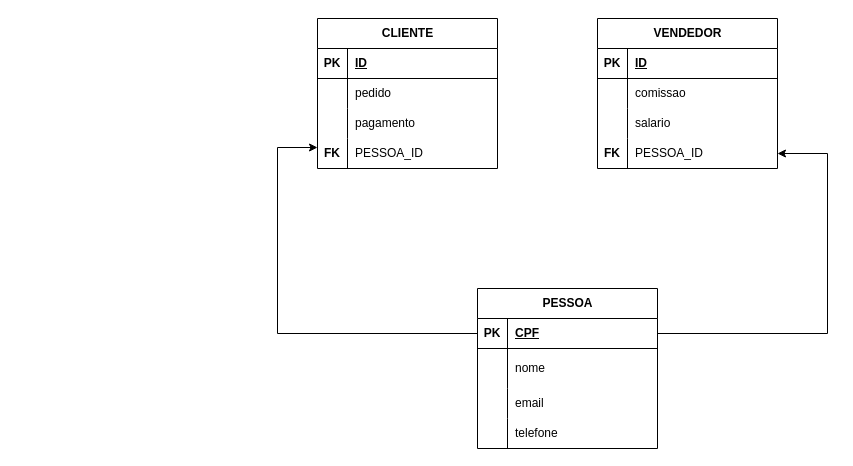
This is api-cadastro/docs/cadastro.drawio from nathaliaCandioto/AulasSpringBoot, a draw.io file, before an edit. Source tidied: cells renumbered, new cells numbered last; positions are measured from the earlier drawing's top-left corner, leaving out a move shared by most shapes. Both pictures are drawn from the tidied source at 100%, with x=0, y=0 at pixel (277, 18).
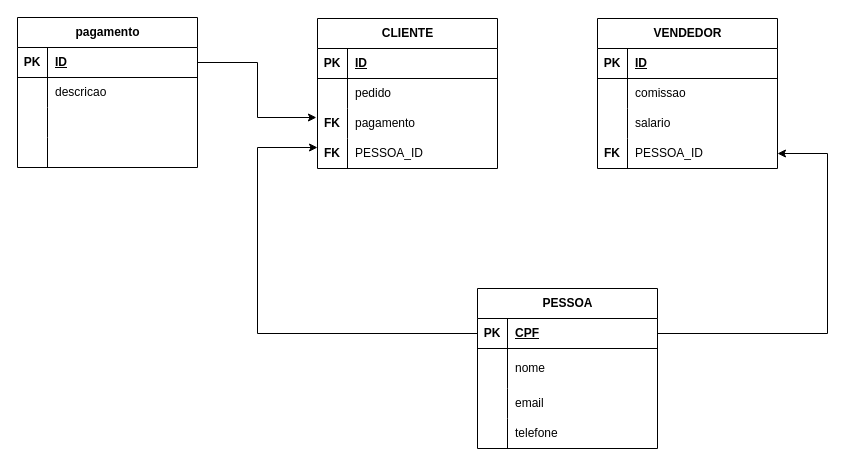
After the change.

Commit message:
criacao tabela pagamento no diagrama

Unchanged cells that the change refers to:
```xml
<mxCell id="9" style="shape=tableRow;horizontal=0;startSize=0;swimlaneHead=0;swimlaneBody=0;fillColor=none;points=[[0,0.5],[1,0.5]];portConstraint=eastwest;top=0;left=0;right=0;bottom=0;" parent="2" vertex="1">
  <mxGeometry y="90" width="180" height="30" as="geometry" />
</mxCell>
<mxCell id="12" style="shape=tableRow;horizontal=0;startSize=0;swimlaneHead=0;swimlaneBody=0;fillColor=none;points=[[0,0.5],[1,0.5]];portConstraint=eastwest;top=0;left=0;right=0;bottom=0;" parent="2" vertex="1">
  <mxGeometry y="120" width="180" height="30" as="geometry" />
</mxCell>
<mxCell id="31" style="shape=tableRow;horizontal=0;startSize=0;swimlaneHead=0;swimlaneBody=0;fillColor=none;points=[[0,0.5],[1,0.5]];portConstraint=eastwest;top=0;left=0;right=0;bottom=1;" parent="30" vertex="1">
  <mxGeometry y="30" width="180" height="30" as="geometry" />
</mxCell>
```

Change to the diagram source:
```diff
@@
-    <mxCell id="10" style="shape=partialRectangle;fillColor=none;top=0;left=0;bottom=0;right=0;overflow=hidden;whiteSpace=wrap;html=1;" parent="9" vertex="1">
+    <mxCell id="10" value="FK" style="shape=partialRectangle;fillColor=none;top=0;left=0;bottom=0;right=0;overflow=hidden;whiteSpace=wrap;html=1;fontStyle=1;" parent="9" vertex="1">
       <mxGeometry width="30" height="30" as="geometry" />
     </mxCell>
@@
     <mxCell id="43" style="edgeStyle=orthogonalEdgeStyle;rounded=0;jettySize=auto;html=1;" parent="1" edge="1" source="31" target="12">
       <mxGeometry relative="1" as="geometry">
         <Array as="points">
-          <mxPoint y="315" />
-          <mxPoint y="129" />
+          <mxPoint x="-20" y="315" />
+          <mxPoint x="-20" y="129" />
         </Array>
       </mxGeometry>
     </mxCell>
+    <mxCell id="44" style="edgeStyle=orthogonalEdgeStyle;rounded=0;jettySize=auto;html=1;entryX=-0.006;entryY=0.3;entryDx=0;entryDy=0;entryPerimeter=0;" parent="1" edge="1" source="46" target="9">
+      <mxGeometry relative="1" as="geometry" />
+    </mxCell>
+    <mxCell id="45" value="pagamento" style="shape=table;startSize=30;childLayout=tableLayout;rowLines=0;fontStyle=1;align=center;html=1;" parent="1" vertex="1">
+      <mxGeometry x="-260" y="-1" width="180" height="150" as="geometry" />
+    </mxCell>
+    <mxCell id="46" style="shape=tableRow;horizontal=0;startSize=0;swimlaneHead=0;swimlaneBody=0;fillColor=none;points=[[0,0.5],[1,0.5]];portConstraint=eastwest;top=0;left=0;right=0;bottom=1;" parent="45" vertex="1">
+      <mxGeometry y="30" width="180" height="30" as="geometry" />
+    </mxCell>
+    <mxCell id="47" value="PK" style="shape=partialRectangle;fillColor=none;top=0;left=0;bottom=0;right=0;fontStyle=1;overflow=hidden;whiteSpace=wrap;html=1;" parent="46" vertex="1">
+      <mxGeometry width="30" height="30" as="geometry" />
+    </mxCell>
+    <mxCell id="48" value="ID" style="shape=partialRectangle;fillColor=none;top=0;left=0;bottom=0;right=0;align=left;spacingLeft=6;fontStyle=5;overflow=hidden;whiteSpace=wrap;html=1;" parent="46" vertex="1">
+      <mxGeometry x="30" width="150" height="30" as="geometry" />
+    </mxCell>
+    <mxCell id="49" style="shape=tableRow;horizontal=0;startSize=0;swimlaneHead=0;swimlaneBody=0;fillColor=none;top=0;left=0;right=0;bottom=0;" parent="45" vertex="1">
+      <mxGeometry y="60" width="180" height="30" as="geometry" />
+    </mxCell>
+    <mxCell id="50" style="shape=partialRectangle;fillColor=none;top=0;left=0;bottom=0;right=0;overflow=hidden;whiteSpace=wrap;html=1;" parent="49" vertex="1">
+      <mxGeometry width="30" height="30" as="geometry" />
+    </mxCell>
+    <mxCell id="51" value="descricao" style="shape=partialRectangle;fillColor=none;top=0;left=0;bottom=0;right=0;align=left;spacingLeft=6;overflow=hidden;whiteSpace=wrap;html=1;" parent="49" vertex="1">
+      <mxGeometry x="30" width="150" height="30" as="geometry" />
+    </mxCell>
+    <mxCell id="52" style="shape=tableRow;horizontal=0;startSize=0;swimlaneHead=0;swimlaneBody=0;fillColor=none;top=0;left=0;right=0;bottom=0;" parent="45" vertex="1">
+      <mxGeometry y="90" width="180" height="30" as="geometry" />
+    </mxCell>
+    <mxCell id="53" style="shape=partialRectangle;fillColor=none;top=0;left=0;bottom=0;right=0;overflow=hidden;whiteSpace=wrap;html=1;" parent="52" vertex="1">
+      <mxGeometry width="30" height="30" as="geometry" />
+    </mxCell>
+    <mxCell id="54" style="shape=partialRectangle;fillColor=none;top=0;left=0;bottom=0;right=0;align=left;spacingLeft=6;overflow=hidden;whiteSpace=wrap;html=1;" parent="52" vertex="1">
+      <mxGeometry x="30" width="150" height="30" as="geometry" />
+    </mxCell>
+    <mxCell id="55" style="shape=tableRow;horizontal=0;startSize=0;swimlaneHead=0;swimlaneBody=0;fillColor=none;top=0;left=0;right=0;bottom=0;" parent="45" vertex="1">
+      <mxGeometry y="120" width="180" height="30" as="geometry" />
+    </mxCell>
+    <mxCell id="56" style="shape=partialRectangle;fillColor=none;top=0;left=0;bottom=0;right=0;overflow=hidden;whiteSpace=wrap;html=1;fontStyle=1;" parent="55" vertex="1">
+      <mxGeometry width="30" height="30" as="geometry" />
+    </mxCell>
+    <mxCell id="57" style="shape=partialRectangle;fillColor=none;top=0;left=0;bottom=0;right=0;align=left;spacingLeft=6;overflow=hidden;whiteSpace=wrap;html=1;" parent="55" vertex="1">
+      <mxGeometry x="30" width="150" height="30" as="geometry" />
+    </mxCell>
```
